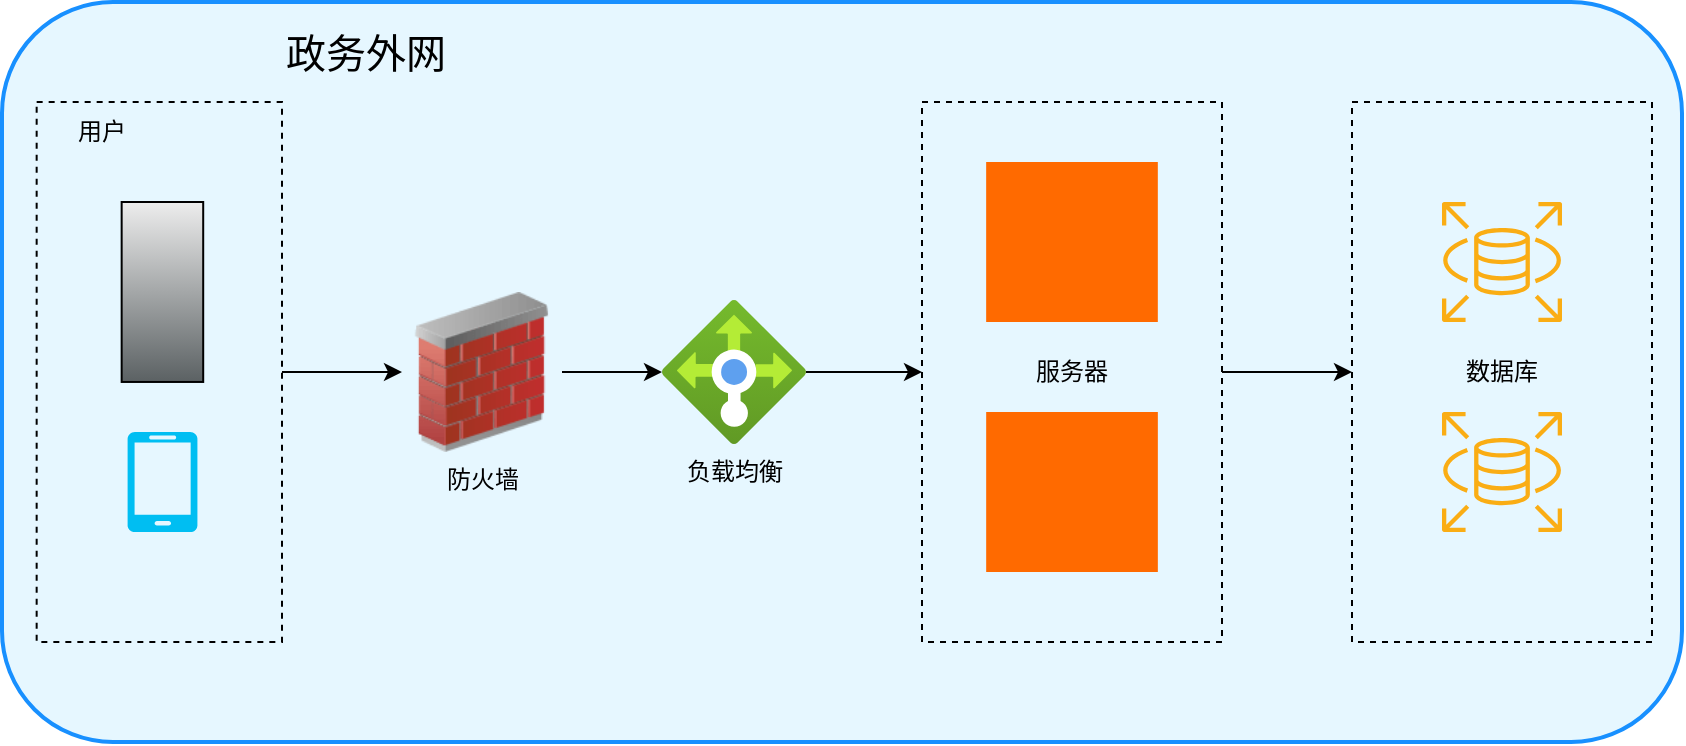
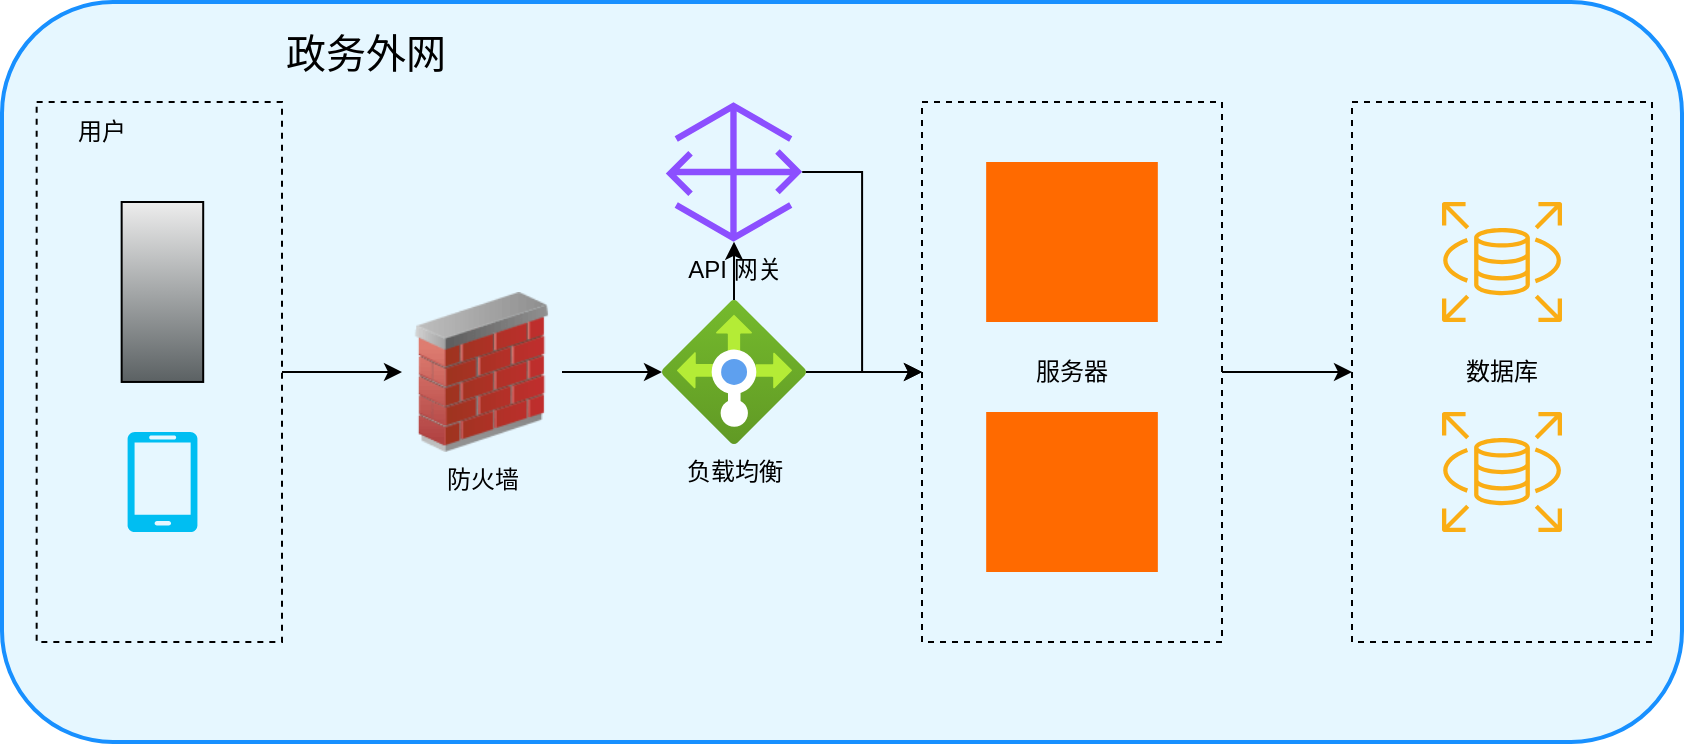
<mxfile host="app.diagrams.net">
  <diagram name="政务内网架构图" id="5ZzNL0nc71fbL6efcmwA">
    <mxGraphModel dx="956" dy="546" grid="1" gridSize="10" guides="1" tooltips="1" connect="1" arrows="1" fold="1" page="1" pageScale="1" pageWidth="827" pageHeight="1169" math="0" shadow="0">
      <root>
        <mxCell id="0" />
        <mxCell id="1" parent="0" />
        <mxCell id="gMykm4wZNnXbt2Ieekzt-1" parent="1" style="rounded=1;whiteSpace=wrap;html=1;fillColor=light-dark(#E6F7FF,#FFFFFF);strokeColor=#1890ff;strokeWidth=2;" value="" vertex="1">
          <mxGeometry height="370" width="840" x="430" y="150" as="geometry" />
        </mxCell>
        <mxCell id="gMykm4wZNnXbt2Ieekzt-19" edge="1" parent="1" source="gMykm4wZNnXbt2Ieekzt-17" style="edgeStyle=orthogonalEdgeStyle;rounded=0;orthogonalLoop=1;jettySize=auto;html=1;strokeColor=light-dark(#000000,#000000);" target="gMykm4wZNnXbt2Ieekzt-18">
          <mxGeometry relative="1" as="geometry" />
        </mxCell>
        <mxCell id="gMykm4wZNnXbt2Ieekzt-17" parent="1" style="rounded=0;whiteSpace=wrap;html=1;fillColor=none;strokeColor=light-dark(#000000,#000000);dashed=1;" value="&lt;font style=&quot;color: light-dark(rgb(0, 0, 0), rgb(0, 0, 0));&quot;&gt;服务器&lt;/font&gt;" vertex="1">
          <mxGeometry height="270" width="150" x="890" y="200" as="geometry" />
        </mxCell>
        <mxCell id="gMykm4wZNnXbt2Ieekzt-18" parent="1" style="rounded=0;whiteSpace=wrap;html=1;fillColor=none;strokeColor=light-dark(#000000,#000000);dashed=1;" value="&lt;font style=&quot;color: light-dark(rgb(0, 0, 0), rgb(0, 0, 0));&quot;&gt;数据库&lt;/font&gt;" vertex="1">
          <mxGeometry height="270" width="150" x="1105" y="200" as="geometry" />
        </mxCell>
        <mxCell id="gMykm4wZNnXbt2Ieekzt-7" parent="1" style="shape=mxgraph.aws4.rds;html=1;strokeColor=#000000;fillColor=#faad14;" value="" vertex="1">
          <mxGeometry height="60" width="60" x="1150" y="250" as="geometry" />
        </mxCell>
        <mxCell id="gMykm4wZNnXbt2Ieekzt-16" parent="1" style="shape=mxgraph.aws4.rds;html=1;strokeColor=#000000;fillColor=#faad14;" value="" vertex="1">
          <mxGeometry height="60" width="60" x="1150" y="355" as="geometry" />
        </mxCell>
        <mxCell id="gMykm4wZNnXbt2Ieekzt-32" edge="1" parent="1" source="gMykm4wZNnXbt2Ieekzt-26" style="edgeStyle=orthogonalEdgeStyle;rounded=0;orthogonalLoop=1;jettySize=auto;html=1;entryX=0;entryY=0.5;entryDx=0;entryDy=0;strokeColor=light-dark(#000000,#000000);" target="gMykm4wZNnXbt2Ieekzt-31">
          <mxGeometry relative="1" as="geometry" />
        </mxCell>
        <mxCell id="gMykm4wZNnXbt2Ieekzt-26" parent="1" style="rounded=0;whiteSpace=wrap;html=1;fillColor=none;strokeColor=light-dark(#000000,#000000);dashed=1;" value="" vertex="1">
          <mxGeometry height="270" width="122.67" x="447.33" y="200" as="geometry" />
        </mxCell>
        <mxCell id="gMykm4wZNnXbt2Ieekzt-23" parent="1" style="shape=mxgraph.networks2.icon;aspect=fixed;fillColor=#EDEDED;strokeColor=#000000;gradientColor=#5B6163;network2IconShadow=1;network2bgFillColor=none;labelPosition=center;verticalLabelPosition=bottom;align=center;verticalAlign=top;network2Icon=mxgraph.networks2.desktop_pc;network2IconXOffset=-0.0034;network2IconYOffset=0.00035;network2IconW=0.453;network2IconH=0.9995;" value="" vertex="1">
          <mxGeometry height="89.98" width="40.77" x="489.83" y="250" as="geometry" />
        </mxCell>
        <mxCell id="gMykm4wZNnXbt2Ieekzt-27" parent="1" style="text;html=1;whiteSpace=wrap;strokeColor=none;fillColor=none;align=left;verticalAlign=middle;rounded=0;fontSize=20;fontColor=light-dark(#000000,#000000);" value="政务外网" vertex="1">
          <mxGeometry height="50" width="170" x="570" y="150" as="geometry" />
        </mxCell>
        <mxCell id="gMykm4wZNnXbt2Ieekzt-28" parent="1" style="text;html=1;whiteSpace=wrap;strokeColor=none;fillColor=none;align=center;verticalAlign=middle;rounded=0;fontColor=light-dark(#000000,#000000);" value="用户" vertex="1">
          <mxGeometry height="30" width="60" x="450" y="200" as="geometry" />
        </mxCell>
        <mxCell id="gMykm4wZNnXbt2Ieekzt-35" edge="1" parent="1" source="gMykm4wZNnXbt2Ieekzt-31" style="edgeStyle=orthogonalEdgeStyle;rounded=0;orthogonalLoop=1;jettySize=auto;html=1;strokeColor=light-dark(#000000,#000000);" target="gMykm4wZNnXbt2Ieekzt-34">
          <mxGeometry relative="1" as="geometry" />
        </mxCell>
        <mxCell id="gMykm4wZNnXbt2Ieekzt-31" parent="1" style="image;html=1;image=img/lib/clip_art/networking/Firewall_02_128x128.png;labelBackgroundColor=none;" value="&lt;span style=&quot;&quot;&gt;&lt;font style=&quot;color: light-dark(rgb(0, 0, 0), rgb(0, 0, 0));&quot;&gt;防火墙&lt;/font&gt;&lt;/span&gt;" vertex="1">
          <mxGeometry height="80" width="80" x="630" y="295" as="geometry" />
        </mxCell>
        <mxCell id="gMykm4wZNnXbt2Ieekzt-37" edge="1" parent="1" source="gMykm4wZNnXbt2Ieekzt-34" style="edgeStyle=orthogonalEdgeStyle;rounded=0;orthogonalLoop=1;jettySize=auto;html=1;entryX=0;entryY=0.5;entryDx=0;entryDy=0;strokeColor=light-dark(#000000,#000000);" target="gMykm4wZNnXbt2Ieekzt-17">
          <mxGeometry relative="1" as="geometry" />
        </mxCell>
+         <mxCell id="umCU5VV7zzq28CVUsTIU-2" edge="1" parent="1" source="gMykm4wZNnXbt2Ieekzt-34" style="edgeStyle=orthogonalEdgeStyle;rounded=0;orthogonalLoop=1;jettySize=auto;html=1;strokeColor=light-dark(#000000,#000000);" target="umCU5VV7zzq28CVUsTIU-1">
+           <mxGeometry relative="1" as="geometry" />
+         </mxCell>
        <mxCell id="gMykm4wZNnXbt2Ieekzt-34" parent="1" style="image;aspect=fixed;html=1;points=[];align=center;fontSize=12;image=img/lib/azure2/networking/Load_Balancers.svg;fontColor=light-dark(#000000,#000000);labelBackgroundColor=none;" value="&lt;span style=&quot;&quot;&gt;负载&lt;/span&gt;&lt;span&gt;均衡&lt;/span&gt;" vertex="1">
          <mxGeometry height="72" width="72" x="760" y="299" as="geometry" />
        </mxCell>
        <mxCell id="gMykm4wZNnXbt2Ieekzt-38" parent="1" style="points=[];aspect=fixed;html=1;align=center;shadow=0;dashed=0;fillColor=#FF6A00;strokeColor=none;shape=mxgraph.alibaba_cloud.ecs_elastic_compute_service;" value="" vertex="1">
          <mxGeometry height="80" width="85.83" x="922.08" y="230" as="geometry" />
        </mxCell>
        <mxCell id="gMykm4wZNnXbt2Ieekzt-39" parent="1" style="points=[];aspect=fixed;html=1;align=center;shadow=0;dashed=0;fillColor=#FF6A00;strokeColor=none;shape=mxgraph.alibaba_cloud.ecs_elastic_compute_service;" value="" vertex="1">
          <mxGeometry height="80" width="85.83" x="922.09" y="355" as="geometry" />
        </mxCell>
        <mxCell id="gMykm4wZNnXbt2Ieekzt-46" parent="1" style="verticalLabelPosition=bottom;html=1;verticalAlign=top;align=center;strokeColor=none;fillColor=#00BEF2;shape=mxgraph.azure.mobile;pointerEvents=1;" value="" vertex="1">
          <mxGeometry height="50" width="35" x="492.71" y="365" as="geometry" />
        </mxCell>
+         <mxCell id="umCU5VV7zzq28CVUsTIU-3" edge="1" parent="1" source="umCU5VV7zzq28CVUsTIU-1" style="edgeStyle=orthogonalEdgeStyle;rounded=0;orthogonalLoop=1;jettySize=auto;html=1;entryX=0;entryY=0.5;entryDx=0;entryDy=0;strokeColor=light-dark(#000000,#000000);" target="gMykm4wZNnXbt2Ieekzt-17">
+           <mxGeometry relative="1" as="geometry" />
+         </mxCell>
+         <mxCell id="umCU5VV7zzq28CVUsTIU-1" parent="1" style="sketch=0;outlineConnect=0;fontColor=#232F3E;gradientColor=none;fillColor=#8C4FFF;strokeColor=none;dashed=0;verticalLabelPosition=bottom;verticalAlign=top;align=center;html=1;fontSize=12;fontStyle=0;aspect=fixed;pointerEvents=1;shape=mxgraph.aws4.gateway;" value="&lt;font style=&quot;color: light-dark(rgb(0, 0, 0), rgb(0, 0, 0));&quot;&gt;API 网关&lt;/font&gt;" vertex="1">
+           <mxGeometry height="70" width="68.2" x="761.9" y="200" as="geometry" />
+         </mxCell>
      </root>
    </mxGraphModel>
  </diagram>
</mxfile>
